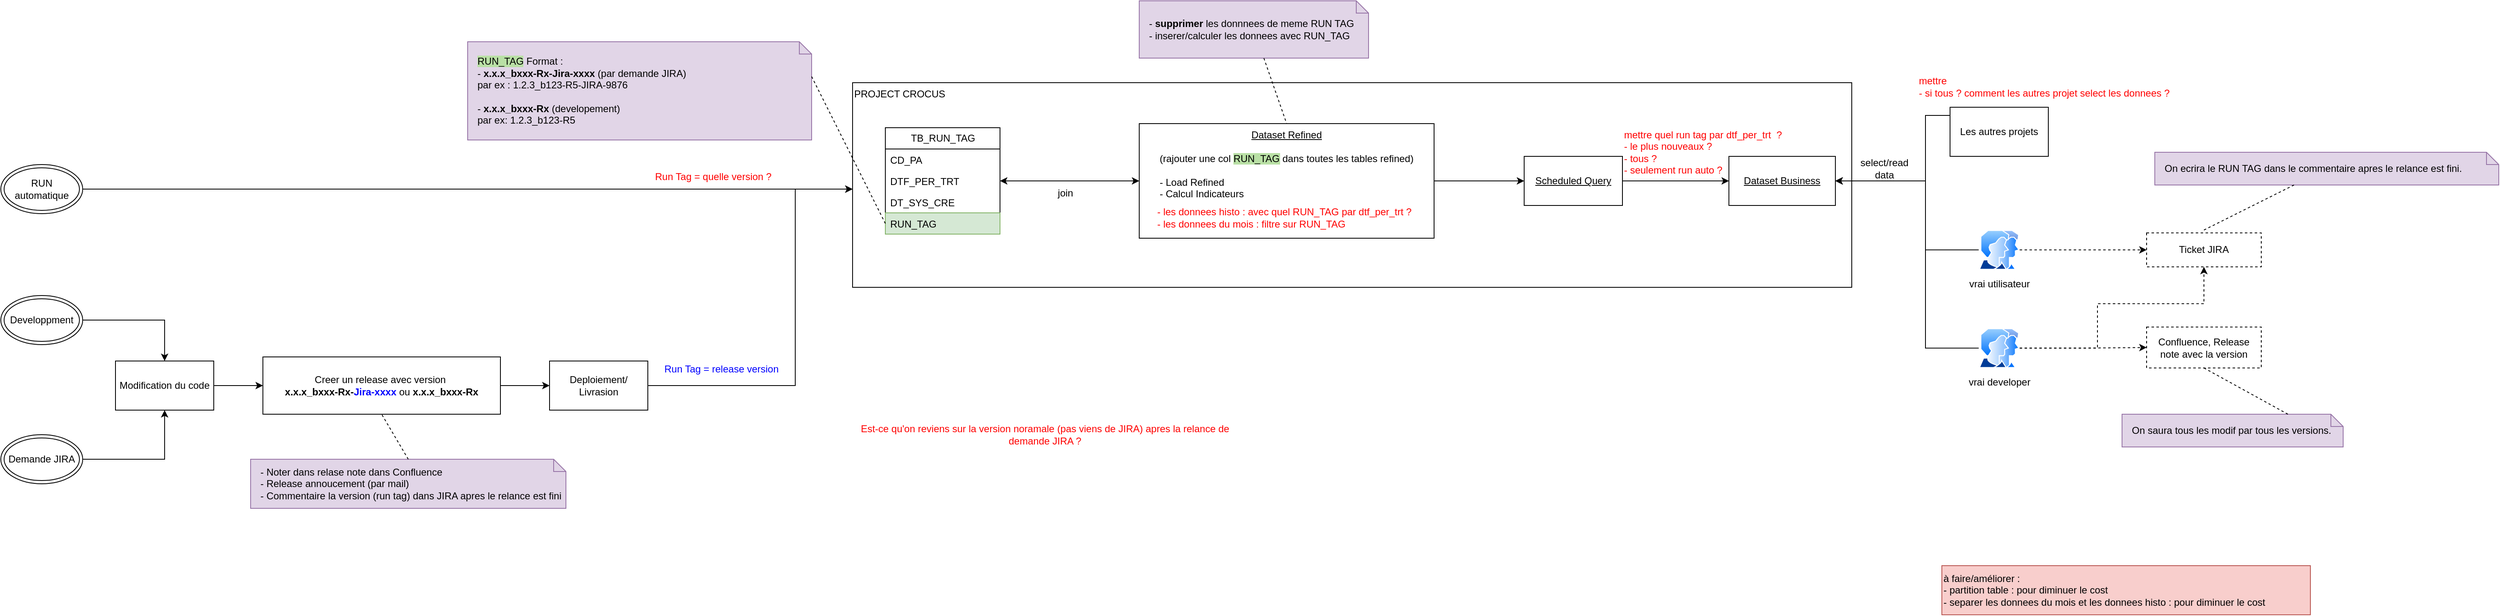
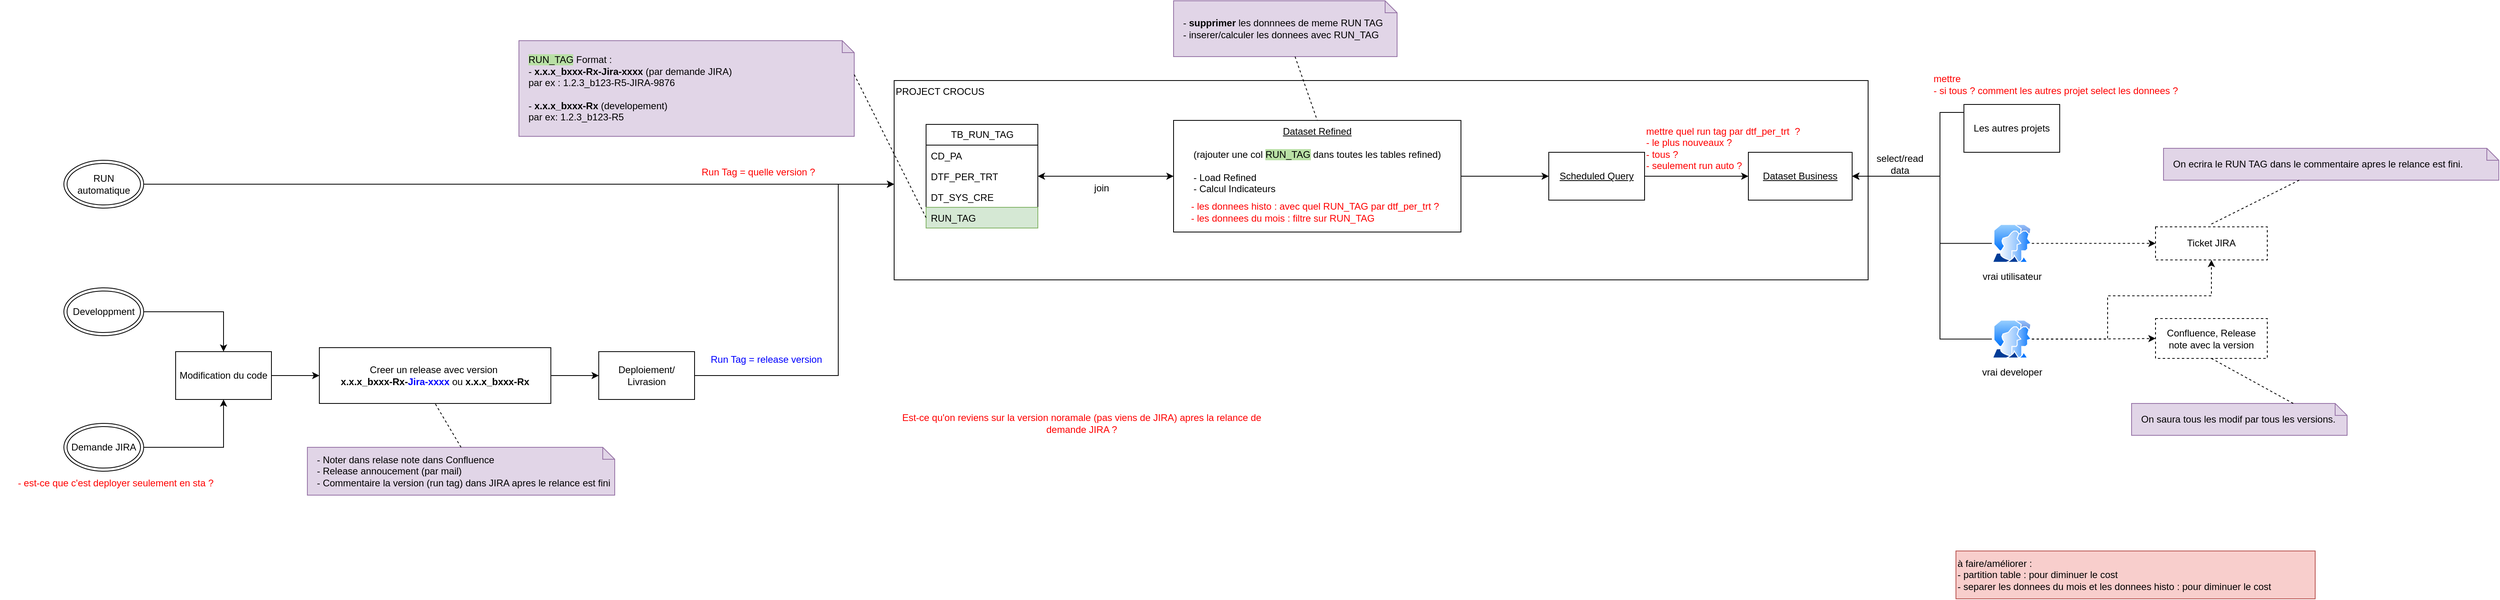
<mxfile host="app.diagrams.net">
  <diagram name="Page-1" id="bEAYSmEDHXBXhFzCy1HB">
    <mxGraphModel dx="2873" dy="1106" grid="1" gridSize="10" guides="1" tooltips="1" connect="1" arrows="1" fold="1" page="1" pageScale="1" pageWidth="827" pageHeight="1169" math="0" shadow="0">
      <root>
        <mxCell id="0" />
        <mxCell id="1" parent="0" />
        <mxCell id="QUzsFoNl6aFI_2ed8XXq-13" parent="1" style="rounded=0;whiteSpace=wrap;html=1;align=left;verticalAlign=top;" value="PROJECT CROCUS" vertex="1">
          <mxGeometry height="250" width="1220" x="380" y="140" as="geometry" />
        </mxCell>
        <mxCell id="QUzsFoNl6aFI_2ed8XXq-1" parent="1" style="swimlane;fontStyle=0;childLayout=stackLayout;horizontal=1;startSize=26;fillColor=none;horizontalStack=0;resizeParent=1;resizeParentMax=0;resizeLast=0;collapsible=1;marginBottom=0;html=1;" value="TB_RUN_TAG" vertex="1">
          <mxGeometry height="130" width="140" x="420" y="195" as="geometry" />
        </mxCell>
        <mxCell id="QUzsFoNl6aFI_2ed8XXq-2" parent="QUzsFoNl6aFI_2ed8XXq-1" style="text;strokeColor=none;fillColor=none;align=left;verticalAlign=top;spacingLeft=4;spacingRight=4;overflow=hidden;rotatable=0;points=[[0,0.5],[1,0.5]];portConstraint=eastwest;whiteSpace=wrap;html=1;" value="CD_PA" vertex="1">
          <mxGeometry height="26" width="140" y="26" as="geometry" />
        </mxCell>
        <mxCell id="QUzsFoNl6aFI_2ed8XXq-3" parent="QUzsFoNl6aFI_2ed8XXq-1" style="text;strokeColor=none;fillColor=none;align=left;verticalAlign=top;spacingLeft=4;spacingRight=4;overflow=hidden;rotatable=0;points=[[0,0.5],[1,0.5]];portConstraint=eastwest;whiteSpace=wrap;html=1;" value="DTF_PER_TRT" vertex="1">
          <mxGeometry height="26" width="140" y="52" as="geometry" />
        </mxCell>
        <mxCell id="QUzsFoNl6aFI_2ed8XXq-4" parent="QUzsFoNl6aFI_2ed8XXq-1" style="text;strokeColor=none;fillColor=none;align=left;verticalAlign=top;spacingLeft=4;spacingRight=4;overflow=hidden;rotatable=0;points=[[0,0.5],[1,0.5]];portConstraint=eastwest;whiteSpace=wrap;html=1;" value="DT_SYS_CRE" vertex="1">
          <mxGeometry height="26" width="140" y="78" as="geometry" />
        </mxCell>
        <mxCell id="QUzsFoNl6aFI_2ed8XXq-5" parent="QUzsFoNl6aFI_2ed8XXq-1" style="text;strokeColor=#82b366;fillColor=#d5e8d4;align=left;verticalAlign=top;spacingLeft=4;spacingRight=4;overflow=hidden;rotatable=0;points=[[0,0.5],[1,0.5]];portConstraint=eastwest;whiteSpace=wrap;html=1;" value="RUN_TAG" vertex="1">
          <mxGeometry height="26" width="140" y="104" as="geometry" />
        </mxCell>
        <mxCell id="QUzsFoNl6aFI_2ed8XXq-7" parent="1" style="shape=note;size=15;align=left;spacingLeft=10;html=1;whiteSpace=wrap;fillColor=#e1d5e7;strokeColor=#9673a6;" value="&lt;span style=&quot;background-color: rgb(185, 224, 165);&quot;&gt;RUN_TAG&lt;/span&gt; Format :&amp;nbsp;&lt;div&gt;- &lt;b&gt;x.x.x_bxxx-Rx-Jira-xxxx&lt;/b&gt; (par demande JIRA)&amp;nbsp;&lt;/div&gt;&lt;div&gt;par ex : 1.2.3_b123-R5-JIRA-9876&lt;/div&gt;&lt;div&gt;&lt;br&gt;&lt;/div&gt;&lt;div&gt;-&lt;b&gt; x.x.x_bxxx-Rx&lt;/b&gt; (developement)&lt;/div&gt;&lt;div&gt;&lt;span style=&quot;background-color: transparent; color: light-dark(rgb(0, 0, 0), rgb(255, 255, 255));&quot;&gt;par ex: 1.2.3_b123-R5&lt;/span&gt;&lt;/div&gt;" vertex="1">
          <mxGeometry height="120" width="420" x="-90" y="90" as="geometry" />
        </mxCell>
        <mxCell id="QUzsFoNl6aFI_2ed8XXq-8" edge="1" parent="1" source="QUzsFoNl6aFI_2ed8XXq-7" style="edgeStyle=none;endArrow=none;exitX=0;exitY=0;dashed=1;html=1;rounded=0;entryX=0;entryY=0.5;entryDx=0;entryDy=0;exitDx=420;exitDy=42.5;exitPerimeter=0;" target="QUzsFoNl6aFI_2ed8XXq-5" value="">
          <mxGeometry relative="1" x="1" as="geometry">
            <mxPoint x="590" y="660" as="targetPoint" />
          </mxGeometry>
        </mxCell>
        <mxCell id="QUzsFoNl6aFI_2ed8XXq-10" parent="1" style="rounded=0;whiteSpace=wrap;html=1;dashed=1;" value="Confluence, Release note avec la v&lt;span style=&quot;background-color: transparent; color: light-dark(rgb(0, 0, 0), rgb(255, 255, 255));&quot;&gt;ersion&lt;/span&gt;" vertex="1">
          <mxGeometry height="50" width="140" x="1960" y="438.5" as="geometry" />
        </mxCell>
        <mxCell id="QUzsFoNl6aFI_2ed8XXq-11" parent="1" style="rounded=0;whiteSpace=wrap;html=1;dashed=1;" value="Ticket JIRA" vertex="1">
          <mxGeometry height="41.5" width="140" x="1960" y="323.5" as="geometry" />
        </mxCell>
        <mxCell id="QUzsFoNl6aFI_2ed8XXq-42" edge="1" parent="1" source="QUzsFoNl6aFI_2ed8XXq-12" style="edgeStyle=orthogonalEdgeStyle;rounded=0;orthogonalLoop=1;jettySize=auto;html=1;entryX=1;entryY=0.5;entryDx=0;entryDy=0;startArrow=classic;startFill=1;" target="QUzsFoNl6aFI_2ed8XXq-3">
          <mxGeometry relative="1" as="geometry" />
        </mxCell>
        <mxCell id="QUzsFoNl6aFI_2ed8XXq-50" edge="1" parent="1" source="QUzsFoNl6aFI_2ed8XXq-12" style="edgeStyle=orthogonalEdgeStyle;rounded=0;orthogonalLoop=1;jettySize=auto;html=1;" target="QUzsFoNl6aFI_2ed8XXq-46">
          <mxGeometry relative="1" as="geometry">
            <Array as="points" />
          </mxGeometry>
        </mxCell>
        <mxCell id="QUzsFoNl6aFI_2ed8XXq-12" parent="1" style="rounded=0;whiteSpace=wrap;html=1;verticalAlign=top;" value="&lt;u&gt;Dataset Refined&lt;/u&gt;&lt;div&gt;&lt;u&gt;&lt;br&gt;&lt;/u&gt;&lt;div&gt;(rajouter une col &lt;span style=&quot;background-color: rgb(185, 224, 165);&quot;&gt;RUN_TAG&lt;/span&gt;&lt;span&gt; &lt;/span&gt;dans toutes les tables refined)&lt;/div&gt;&lt;div&gt;&lt;br&gt;&lt;/div&gt;&lt;div style=&quot;text-align: left;&quot;&gt;- Load Refined&amp;nbsp; &amp;nbsp; &amp;nbsp; &amp;nbsp;&lt;/div&gt;&lt;div style=&quot;text-align: left;&quot;&gt;- Calcul Indicateurs&lt;/div&gt;&lt;/div&gt;" vertex="1">
          <mxGeometry height="140" width="360" x="730" y="190" as="geometry" />
        </mxCell>
        <mxCell id="QUzsFoNl6aFI_2ed8XXq-27" edge="1" parent="1" source="QUzsFoNl6aFI_2ed8XXq-33" style="edgeStyle=orthogonalEdgeStyle;rounded=0;orthogonalLoop=1;jettySize=auto;html=1;entryX=0.5;entryY=0;entryDx=0;entryDy=0;" target="QUzsFoNl6aFI_2ed8XXq-23">
          <mxGeometry relative="1" as="geometry">
            <mxPoint x="-760" y="325" as="sourcePoint" />
          </mxGeometry>
        </mxCell>
        <mxCell id="QUzsFoNl6aFI_2ed8XXq-29" edge="1" parent="1" source="QUzsFoNl6aFI_2ed8XXq-34" style="edgeStyle=orthogonalEdgeStyle;rounded=0;orthogonalLoop=1;jettySize=auto;html=1;entryX=0.5;entryY=1;entryDx=0;entryDy=0;" target="QUzsFoNl6aFI_2ed8XXq-23">
          <mxGeometry relative="1" as="geometry">
            <mxPoint x="-820" y="785" as="sourcePoint" />
          </mxGeometry>
        </mxCell>
        <mxCell id="QUzsFoNl6aFI_2ed8XXq-19" parent="1" style="text;html=1;whiteSpace=wrap;strokeColor=none;fillColor=none;align=center;verticalAlign=middle;rounded=0;fontColor=#0000FF;" value="&lt;font style=&quot;color: rgb(255, 0, 0);&quot;&gt;Run Tag = quelle version ?&lt;/font&gt;" vertex="1">
          <mxGeometry height="30" width="200" x="110" y="240" as="geometry" />
        </mxCell>
        <mxCell id="QUzsFoNl6aFI_2ed8XXq-28" edge="1" parent="1" source="QUzsFoNl6aFI_2ed8XXq-23" style="edgeStyle=orthogonalEdgeStyle;rounded=0;orthogonalLoop=1;jettySize=auto;html=1;" target="QUzsFoNl6aFI_2ed8XXq-25">
          <mxGeometry relative="1" as="geometry" />
        </mxCell>
        <mxCell id="QUzsFoNl6aFI_2ed8XXq-23" parent="1" style="rounded=0;whiteSpace=wrap;html=1;" value="Modification du code" vertex="1">
          <mxGeometry height="60" width="120" x="-520" y="480" as="geometry" />
        </mxCell>
        <mxCell id="QUzsFoNl6aFI_2ed8XXq-31" edge="1" parent="1" source="QUzsFoNl6aFI_2ed8XXq-24" style="edgeStyle=orthogonalEdgeStyle;rounded=0;orthogonalLoop=1;jettySize=auto;html=1;" target="QUzsFoNl6aFI_2ed8XXq-13">
          <mxGeometry relative="1" as="geometry">
            <Array as="points">
              <mxPoint x="310" y="510" />
              <mxPoint x="310" y="270" />
            </Array>
          </mxGeometry>
        </mxCell>
        <mxCell id="QUzsFoNl6aFI_2ed8XXq-24" parent="1" style="rounded=0;whiteSpace=wrap;html=1;" value="Deploiement/ Livrasion" vertex="1">
          <mxGeometry height="60" width="120" x="10" y="480" as="geometry" />
        </mxCell>
        <mxCell id="QUzsFoNl6aFI_2ed8XXq-30" edge="1" parent="1" source="QUzsFoNl6aFI_2ed8XXq-25" style="edgeStyle=orthogonalEdgeStyle;rounded=0;orthogonalLoop=1;jettySize=auto;html=1;entryX=0;entryY=0.5;entryDx=0;entryDy=0;" target="QUzsFoNl6aFI_2ed8XXq-24">
          <mxGeometry relative="1" as="geometry" />
        </mxCell>
        <mxCell id="QUzsFoNl6aFI_2ed8XXq-25" parent="1" style="rounded=0;whiteSpace=wrap;html=1;" value="Creer un release avec version&amp;nbsp;&lt;div&gt;&lt;span style=&quot;text-align: left;&quot;&gt;&lt;b&gt;x.x.x_bxxx-Rx-&lt;font style=&quot;color: rgb(0, 0, 255);&quot;&gt;Jira-xxxx&lt;/font&gt;&lt;/b&gt; ou&amp;nbsp;&lt;/span&gt;&lt;span style=&quot;text-align: left;&quot;&gt;&lt;b&gt;x.x.x_bxxx-Rx&lt;/b&gt;&lt;/span&gt;&lt;/div&gt;" vertex="1">
          <mxGeometry height="70" width="290" x="-340" y="475" as="geometry" />
        </mxCell>
        <mxCell id="QUzsFoNl6aFI_2ed8XXq-33" parent="1" style="ellipse;shape=doubleEllipse;whiteSpace=wrap;html=1;" value="Developpment" vertex="1">
          <mxGeometry height="60" width="100" x="-660" y="400" as="geometry" />
        </mxCell>
        <mxCell id="QUzsFoNl6aFI_2ed8XXq-34" parent="1" style="ellipse;shape=doubleEllipse;whiteSpace=wrap;html=1;" value="Demande JIRA" vertex="1">
          <mxGeometry height="60" width="100" x="-660" y="570" as="geometry" />
        </mxCell>
        <mxCell id="QUzsFoNl6aFI_2ed8XXq-36" edge="1" parent="1" source="QUzsFoNl6aFI_2ed8XXq-35" style="edgeStyle=orthogonalEdgeStyle;rounded=0;orthogonalLoop=1;jettySize=auto;html=1;" target="QUzsFoNl6aFI_2ed8XXq-13">
          <mxGeometry relative="1" as="geometry">
            <Array as="points">
              <mxPoint x="40" y="270" />
              <mxPoint x="40" y="270" />
            </Array>
          </mxGeometry>
        </mxCell>
        <mxCell id="QUzsFoNl6aFI_2ed8XXq-35" parent="1" style="ellipse;shape=doubleEllipse;whiteSpace=wrap;html=1;" value="RUN automatique" vertex="1">
          <mxGeometry height="60" width="100" x="-660" y="240" as="geometry" />
        </mxCell>
        <mxCell id="QUzsFoNl6aFI_2ed8XXq-37" parent="1" style="text;html=1;whiteSpace=wrap;strokeColor=none;fillColor=none;align=center;verticalAlign=middle;rounded=0;fontColor=#0000FF;" value="Run Tag = release version" vertex="1">
          <mxGeometry height="30" width="200" x="120" y="475" as="geometry" />
        </mxCell>
        <mxCell id="QUzsFoNl6aFI_2ed8XXq-38" parent="1" style="shape=note;size=15;align=left;spacingLeft=10;html=1;whiteSpace=wrap;fillColor=#e1d5e7;strokeColor=#9673a6;" value="- Noter dans relase note dans Confluence&lt;div&gt;- Release annoucement (par mail)&lt;/div&gt;&lt;div&gt;- Commentaire la version (run tag) dans JIRA apres le relance est fini&lt;/div&gt;" vertex="1">
          <mxGeometry height="60" width="385" x="-355" y="600" as="geometry" />
        </mxCell>
        <mxCell id="QUzsFoNl6aFI_2ed8XXq-39" edge="1" parent="1" source="QUzsFoNl6aFI_2ed8XXq-38" style="edgeStyle=none;endArrow=none;exitX=0.5;exitY=0;dashed=1;html=1;rounded=0;entryX=0.5;entryY=1;entryDx=0;entryDy=0;exitDx=0;exitDy=0;exitPerimeter=0;" target="QUzsFoNl6aFI_2ed8XXq-25" value="">
          <mxGeometry relative="1" x="1" as="geometry">
            <mxPoint x="710" y="660" as="sourcePoint" />
            <mxPoint x="762" y="510" as="targetPoint" />
          </mxGeometry>
        </mxCell>
        <mxCell id="QUzsFoNl6aFI_2ed8XXq-40" parent="1" style="shape=note;size=15;align=left;spacingLeft=10;html=1;whiteSpace=wrap;fillColor=#e1d5e7;strokeColor=#9673a6;" value="- &lt;b&gt;supprimer &lt;/b&gt;les donnnees de meme RUN TAG&lt;div&gt;- inserer/calculer les donnees avec RUN_TAG&lt;/div&gt;" vertex="1">
          <mxGeometry height="70" width="280" x="730" y="40" as="geometry" />
        </mxCell>
        <mxCell id="QUzsFoNl6aFI_2ed8XXq-41" edge="1" parent="1" source="QUzsFoNl6aFI_2ed8XXq-40" style="edgeStyle=none;endArrow=none;dashed=1;html=1;rounded=0;entryX=0.5;entryY=0;entryDx=0;entryDy=0;" target="QUzsFoNl6aFI_2ed8XXq-12" value="">
          <mxGeometry relative="1" x="1" as="geometry">
            <mxPoint x="720" y="650" as="sourcePoint" />
            <mxPoint x="772" y="500" as="targetPoint" />
          </mxGeometry>
        </mxCell>
        <mxCell id="QUzsFoNl6aFI_2ed8XXq-43" parent="1" style="text;html=1;whiteSpace=wrap;strokeColor=none;fillColor=none;align=left;verticalAlign=middle;rounded=0;" value="&lt;font style=&quot;color: rgb(255, 0, 0);&quot;&gt;- les donnees histo : avec quel RUN_TAG par dtf_per_trt ?&lt;/font&gt;&lt;div&gt;&lt;font style=&quot;color: rgb(255, 0, 0);&quot;&gt;- les donnees du mois : f&lt;/font&gt;&lt;span style=&quot;color: light-dark(rgb(255, 0, 0), rgb(255, 144, 144)); background-color: transparent;&quot;&gt;iltre sur RUN_TAG&lt;/span&gt;&lt;/div&gt;" vertex="1">
          <mxGeometry height="30" width="330" x="750" y="290" as="geometry" />
        </mxCell>
        <mxCell id="QUzsFoNl6aFI_2ed8XXq-45" parent="1" style="rounded=0;whiteSpace=wrap;html=1;" value="&lt;u&gt;Dataset Business&lt;/u&gt;" vertex="1">
          <mxGeometry height="60" width="130" x="1450" y="230" as="geometry" />
        </mxCell>
        <mxCell id="QUzsFoNl6aFI_2ed8XXq-48" edge="1" parent="1" source="QUzsFoNl6aFI_2ed8XXq-46" style="edgeStyle=orthogonalEdgeStyle;rounded=0;orthogonalLoop=1;jettySize=auto;html=1;" target="QUzsFoNl6aFI_2ed8XXq-45">
          <mxGeometry relative="1" as="geometry" />
        </mxCell>
        <mxCell id="QUzsFoNl6aFI_2ed8XXq-46" parent="1" style="rounded=0;whiteSpace=wrap;html=1;" value="&lt;u&gt;Scheduled Query&lt;/u&gt;" vertex="1">
          <mxGeometry height="60" width="120" x="1200" y="230" as="geometry" />
        </mxCell>
        <mxCell id="QUzsFoNl6aFI_2ed8XXq-51" parent="1" style="text;html=1;whiteSpace=wrap;strokeColor=none;fillColor=none;align=left;verticalAlign=middle;rounded=0;fontColor=#FF0000;" value="mettre quel run tag par dtf_per_trt&amp;nbsp;&amp;nbsp;?&amp;nbsp;&lt;div&gt;- le plus nouveaux ?&lt;/div&gt;&lt;div&gt;- tous ?&lt;/div&gt;&lt;div&gt;- seulement run auto ?&lt;/div&gt;" vertex="1">
          <mxGeometry height="30" width="370" x="1320" y="210" as="geometry" />
        </mxCell>
        <mxCell id="QUzsFoNl6aFI_2ed8XXq-59" edge="1" parent="1" source="QUzsFoNl6aFI_2ed8XXq-52" style="edgeStyle=orthogonalEdgeStyle;rounded=0;orthogonalLoop=1;jettySize=auto;html=1;entryX=1;entryY=0.5;entryDx=0;entryDy=0;" target="QUzsFoNl6aFI_2ed8XXq-45">
          <mxGeometry relative="1" as="geometry">
            <Array as="points">
              <mxPoint x="1690" y="180" />
              <mxPoint x="1690" y="260" />
            </Array>
          </mxGeometry>
        </mxCell>
        <mxCell id="QUzsFoNl6aFI_2ed8XXq-52" parent="1" style="rounded=0;whiteSpace=wrap;html=1;" value="Les autres projets" vertex="1">
          <mxGeometry height="60" width="120" x="1720" y="170" as="geometry" />
        </mxCell>
        <mxCell id="QUzsFoNl6aFI_2ed8XXq-58" edge="1" parent="1" source="QUzsFoNl6aFI_2ed8XXq-57" style="edgeStyle=orthogonalEdgeStyle;rounded=0;orthogonalLoop=1;jettySize=auto;html=1;entryX=1;entryY=0.5;entryDx=0;entryDy=0;" target="QUzsFoNl6aFI_2ed8XXq-45">
          <mxGeometry relative="1" as="geometry">
            <Array as="points">
              <mxPoint x="1690" y="344" />
              <mxPoint x="1690" y="260" />
            </Array>
          </mxGeometry>
        </mxCell>
        <mxCell id="QUzsFoNl6aFI_2ed8XXq-65" edge="1" parent="1" source="QUzsFoNl6aFI_2ed8XXq-57" style="edgeStyle=orthogonalEdgeStyle;rounded=0;orthogonalLoop=1;jettySize=auto;html=1;dashed=1;" target="QUzsFoNl6aFI_2ed8XXq-11">
          <mxGeometry relative="1" as="geometry" />
        </mxCell>
        <mxCell id="QUzsFoNl6aFI_2ed8XXq-57" parent="1" style="image;aspect=fixed;perimeter=ellipsePerimeter;html=1;align=center;shadow=0;dashed=0;spacingTop=3;image=img/lib/active_directory/user_accounts.svg;" value="vrai utilisateur" vertex="1">
          <mxGeometry height="48.5" width="50" x="1755" y="320" as="geometry" />
        </mxCell>
        <mxCell id="QUzsFoNl6aFI_2ed8XXq-60" parent="1" style="text;html=1;whiteSpace=wrap;strokeColor=none;fillColor=none;align=center;verticalAlign=middle;rounded=0;" value="select/read data" vertex="1">
          <mxGeometry height="30" width="60" x="1610" y="230" as="geometry" />
        </mxCell>
        <mxCell id="QUzsFoNl6aFI_2ed8XXq-63" edge="1" parent="1" source="QUzsFoNl6aFI_2ed8XXq-62" style="edgeStyle=orthogonalEdgeStyle;rounded=0;orthogonalLoop=1;jettySize=auto;html=1;entryX=1;entryY=0.5;entryDx=0;entryDy=0;" target="QUzsFoNl6aFI_2ed8XXq-45">
          <mxGeometry relative="1" as="geometry">
            <Array as="points">
              <mxPoint x="1690" y="464" />
              <mxPoint x="1690" y="260" />
            </Array>
          </mxGeometry>
        </mxCell>
        <mxCell id="QUzsFoNl6aFI_2ed8XXq-66" edge="1" parent="1" source="QUzsFoNl6aFI_2ed8XXq-62" style="edgeStyle=orthogonalEdgeStyle;rounded=0;orthogonalLoop=1;jettySize=auto;html=1;dashed=1;" target="QUzsFoNl6aFI_2ed8XXq-10">
          <mxGeometry relative="1" as="geometry" />
        </mxCell>
        <mxCell id="QUzsFoNl6aFI_2ed8XXq-68" edge="1" parent="1" source="QUzsFoNl6aFI_2ed8XXq-62" style="edgeStyle=orthogonalEdgeStyle;rounded=0;orthogonalLoop=1;jettySize=auto;html=1;entryX=0.5;entryY=1;entryDx=0;entryDy=0;dashed=1;" target="QUzsFoNl6aFI_2ed8XXq-11">
          <mxGeometry relative="1" as="geometry">
            <Array as="points">
              <mxPoint x="1900" y="464" />
              <mxPoint x="1900" y="410" />
              <mxPoint x="2030" y="410" />
            </Array>
          </mxGeometry>
        </mxCell>
        <mxCell id="QUzsFoNl6aFI_2ed8XXq-62" parent="1" style="image;aspect=fixed;perimeter=ellipsePerimeter;html=1;align=center;shadow=0;dashed=0;spacingTop=3;image=img/lib/active_directory/user_accounts.svg;" value="vrai developer" vertex="1">
          <mxGeometry height="48.5" width="50" x="1755" y="440" as="geometry" />
        </mxCell>
        <mxCell id="QUzsFoNl6aFI_2ed8XXq-69" parent="1" style="shape=note;size=15;align=left;spacingLeft=10;html=1;whiteSpace=wrap;fillColor=#e1d5e7;strokeColor=#9673a6;" value="On ecrira le RUN TAG dans le commentaire apres le relance est fini." vertex="1">
          <mxGeometry height="40" width="420" x="1970" y="225" as="geometry" />
        </mxCell>
        <mxCell id="QUzsFoNl6aFI_2ed8XXq-70" edge="1" parent="1" source="QUzsFoNl6aFI_2ed8XXq-69" style="edgeStyle=none;endArrow=none;dashed=1;html=1;rounded=0;" value="">
          <mxGeometry relative="1" x="1" as="geometry">
            <mxPoint x="970" y="210" as="sourcePoint" />
            <mxPoint x="2030" y="320" as="targetPoint" />
          </mxGeometry>
        </mxCell>
        <mxCell id="QUzsFoNl6aFI_2ed8XXq-71" parent="1" style="shape=note;size=15;align=left;spacingLeft=10;html=1;whiteSpace=wrap;fillColor=#e1d5e7;strokeColor=#9673a6;" value="On saura tous les modif par tous les versions." vertex="1">
          <mxGeometry height="40" width="270" x="1930" y="545" as="geometry" />
        </mxCell>
        <mxCell id="QUzsFoNl6aFI_2ed8XXq-72" edge="1" parent="1" source="QUzsFoNl6aFI_2ed8XXq-71" style="edgeStyle=none;endArrow=none;dashed=1;html=1;rounded=0;entryX=0.5;entryY=1;entryDx=0;entryDy=0;exitX=0;exitY=0;exitDx=202.5;exitDy=0;exitPerimeter=0;" target="QUzsFoNl6aFI_2ed8XXq-10" value="">
          <mxGeometry relative="1" x="1" as="geometry">
            <mxPoint x="2180" y="470" as="sourcePoint" />
            <mxPoint x="2070" y="525" as="targetPoint" />
          </mxGeometry>
        </mxCell>
        <mxCell id="QUzsFoNl6aFI_2ed8XXq-73" parent="1" style="text;html=1;whiteSpace=wrap;strokeColor=none;fillColor=none;align=left;verticalAlign=middle;rounded=0;fontColor=#FF0000;" value="mettre&amp;nbsp;&lt;div&gt;&lt;span style=&quot;background-color: transparent; color: light-dark(rgb(255, 0, 0), rgb(255, 144, 144));&quot;&gt;- si tous ? comment les autres projet select les donnees ?&lt;/span&gt;&lt;/div&gt;" vertex="1">
          <mxGeometry height="30" width="370" x="1680" y="130" as="geometry" />
        </mxCell>
        <mxCell id="QUzsFoNl6aFI_2ed8XXq-74" parent="1" style="rounded=0;whiteSpace=wrap;html=1;align=left;fillColor=#f8cecc;strokeColor=#b85450;" value="à faire/améliorer :&lt;div&gt;- partition table : pour diminuer le cost&lt;/div&gt;&lt;div&gt;- separer les donnees du mois et les donnees histo&amp;nbsp;&lt;span style=&quot;background-color: transparent; color: light-dark(rgb(0, 0, 0), rgb(255, 255, 255));&quot;&gt;: pour diminuer le cost&lt;/span&gt;&lt;/div&gt;" vertex="1">
          <mxGeometry height="60" width="450" x="1710" y="730" as="geometry" />
        </mxCell>
        <mxCell id="QUzsFoNl6aFI_2ed8XXq-76" parent="1" style="text;html=1;whiteSpace=wrap;strokeColor=none;fillColor=none;align=center;verticalAlign=middle;rounded=0;" value="join" vertex="1">
          <mxGeometry height="30" width="60" x="610" y="260" as="geometry" />
        </mxCell>
        <mxCell id="QUzsFoNl6aFI_2ed8XXq-77" parent="1" style="text;html=1;whiteSpace=wrap;strokeColor=none;fillColor=none;align=center;verticalAlign=middle;rounded=0;fontColor=#FF0000;" value="Est-ce qu&#39;on reviens sur la version noramale (pas viens de JIRA) apres la relance de demande JIRA ?" vertex="1">
          <mxGeometry height="30" width="470" x="380" y="555" as="geometry" />
        </mxCell>
+         <mxCell id="QUzsFoNl6aFI_2ed8XXq-78" parent="1" style="text;html=1;whiteSpace=wrap;strokeColor=none;fillColor=none;align=center;verticalAlign=middle;rounded=0;fontColor=#FF0000;" value="- est-ce que c&#39;est deployer seulement en sta ?" vertex="1">
+           <mxGeometry height="30" width="290" x="-740" y="630" as="geometry" />
+         </mxCell>
      </root>
    </mxGraphModel>
  </diagram>
</mxfile>
